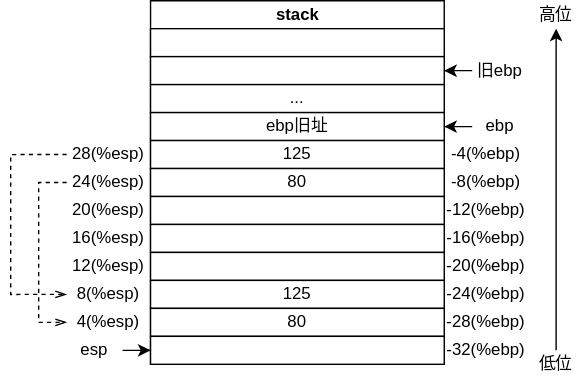
Before: drawio/x86callFunc.drawio.svg, a diagram exported from draw.io (Stolorzs/Picgo). Source tidied: cells renumbered, new cells last; positions are measured from the earlier drawing's top-left corner, leaving out a move shared by most shapes.
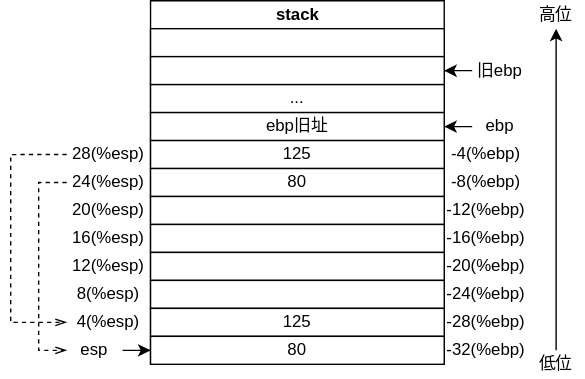
The same file after the commit.

Diff of the diagram source:
```diff
@@ -32,13 +32,13 @@
     <mxCell id="11" style="rounded=0;whiteSpace=wrap;html=1;" parent="2" vertex="1">
       <mxGeometry y="180" width="210" height="20" as="geometry" />
     </mxCell>
-    <mxCell id="12" value="125" style="rounded=0;whiteSpace=wrap;html=1;" parent="2" vertex="1">
+    <mxCell id="12" style="rounded=0;whiteSpace=wrap;html=1;" parent="2" vertex="1">
       <mxGeometry y="200" width="210" height="20" as="geometry" />
     </mxCell>
-    <mxCell id="13" value="80" style="rounded=0;whiteSpace=wrap;html=1;" parent="2" vertex="1">
+    <mxCell id="13" value="125" style="rounded=0;whiteSpace=wrap;html=1;" parent="2" vertex="1">
       <mxGeometry y="220" width="210" height="20" as="geometry" />
     </mxCell>
-    <mxCell id="14" style="rounded=0;whiteSpace=wrap;html=1;" parent="2" vertex="1">
+    <mxCell id="14" value="80" style="rounded=0;whiteSpace=wrap;html=1;" parent="2" vertex="1">
       <mxGeometry y="240" width="210" height="20" as="geometry" />
     </mxCell>
     <mxCell id="15" style="edgeStyle=orthogonalEdgeStyle;rounded=0;jettySize=auto;html=1;" parent="1" edge="1" source="16" target="14">
@@ -62,13 +62,12 @@
     <mxCell id="21" value="28(%esp)" style="text;html=1;align=center;verticalAlign=middle;whiteSpace=wrap;rounded=0;" parent="1" vertex="1">
       <mxGeometry x="50" y="100" width="40" height="20" as="geometry" />
     </mxCell>
-    <mxCell id="22" style="edgeStyle=orthogonalEdgeStyle;rounded=0;orthogonalLoop=1;jettySize=auto;html=1;dashed=1;endArrow=openThin;endFill=0;" parent="1" edge="1">
+    <mxCell id="22" style="edgeStyle=orthogonalEdgeStyle;rounded=0;jettySize=auto;html=1;dashed=1;endArrow=openThin;endFill=0;" parent="1" edge="1" target="16">
       <mxGeometry relative="1" as="geometry">
         <mxPoint x="40" y="130" as="sourcePoint" />
-        <mxPoint x="40" y="230" as="targetPoint" />
         <Array as="points">
           <mxPoint x="20" y="130" />
-          <mxPoint x="20" y="230" />
+          <mxPoint x="20" y="250" />
         </Array>
       </mxGeometry>
     </mxCell>
@@ -129,10 +128,10 @@
     <mxCell id="41" style="edgeStyle=orthogonalEdgeStyle;rounded=0;orthogonalLoop=1;jettySize=auto;html=1;dashed=1;endArrow=openThin;endFill=0;" parent="1" edge="1">
       <mxGeometry relative="1" as="geometry">
         <mxPoint x="40" y="110" as="sourcePoint" />
-        <mxPoint x="40" y="210" as="targetPoint" />
+        <mxPoint x="40" y="230" as="targetPoint" />
         <Array as="points">
           <mxPoint y="110" />
-          <mxPoint y="210" />
+          <mxPoint y="230" />
         </Array>
       </mxGeometry>
     </mxCell>
```
